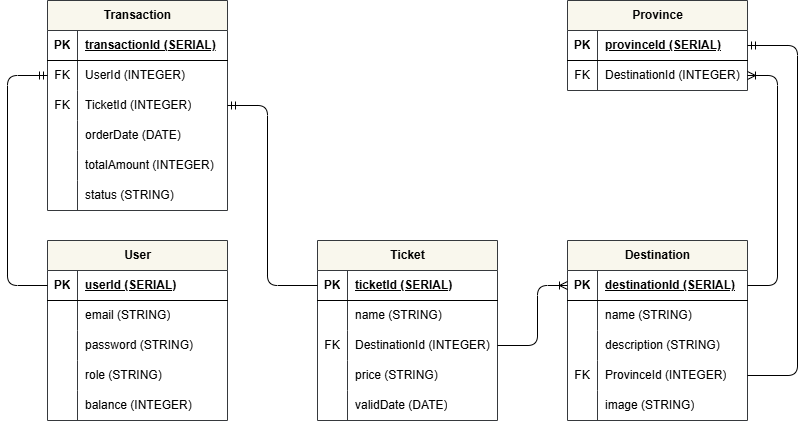
afifchandrabayuaji/tiketopia keeps this draw.io diagram as erd.drawio.png. Above is the earlier version. Source tidied: cells renumbered, new cells last; positions are measured from the earlier drawing's top-left corner, leaving out a move shared by most shapes.
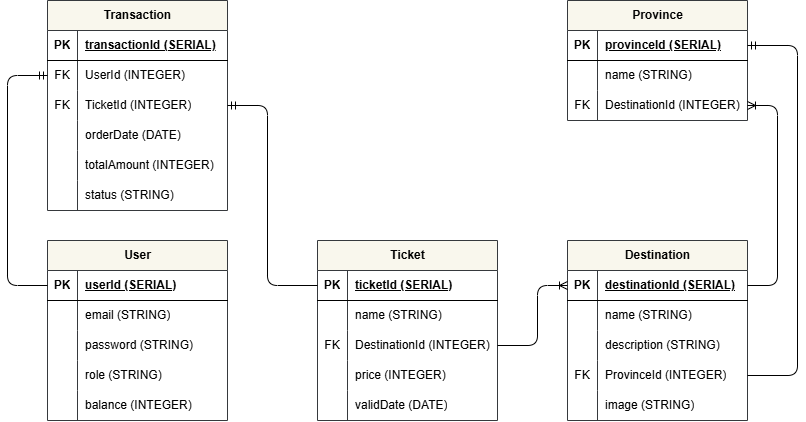
After the change.

Diff of the diagram source:
```diff
@@ -134,7 +134,7 @@
     <mxCell id="45" style="shape=partialRectangle;fillColor=none;top=0;left=0;bottom=0;right=0;overflow=hidden;whiteSpace=wrap;html=1;" parent="44" vertex="1">
       <mxGeometry width="30" height="30" as="geometry" />
     </mxCell>
-    <mxCell id="46" value="price (STRING)" style="shape=partialRectangle;fillColor=none;top=0;left=0;bottom=0;right=0;align=left;spacingLeft=6;overflow=hidden;whiteSpace=wrap;html=1;" parent="44" vertex="1">
+    <mxCell id="46" value="price (INTEGER)" style="shape=partialRectangle;fillColor=none;top=0;left=0;bottom=0;right=0;align=left;spacingLeft=6;overflow=hidden;whiteSpace=wrap;html=1;" parent="44" vertex="1">
       <mxGeometry x="30" width="150" height="30" as="geometry" />
     </mxCell>
     <mxCell id="47" style="shape=tableRow;horizontal=0;startSize=0;swimlaneHead=0;swimlaneBody=0;fillColor=none;top=0;left=0;right=0;bottom=0;" parent="34" vertex="1">
@@ -220,7 +220,7 @@
       </mxGeometry>
     </mxCell>
     <mxCell id="71" value="Province" style="shape=table;startSize=30;rowLines=0;fontStyle=1;align=center;html=1;fillColor=#f9f7ed;strokeColor=#36393d;" parent="1" vertex="1">
-      <mxGeometry x="560" width="180" height="90" as="geometry" />
+      <mxGeometry x="560" width="180" height="120" as="geometry" />
     </mxCell>
     <mxCell id="72" style="shape=tableRow;horizontal=0;startSize=0;swimlaneHead=0;swimlaneBody=0;fillColor=none;points=[[0,0.5],[1,0.5]];portConstraint=eastwest;top=0;left=0;right=0;bottom=1;" parent="71" vertex="1">
       <mxGeometry y="30" width="180" height="30" as="geometry" />
@@ -234,17 +234,26 @@
     <mxCell id="75" style="shape=tableRow;horizontal=0;startSize=0;swimlaneHead=0;swimlaneBody=0;fillColor=none;points=[[0,0.5],[1,0.5]];portConstraint=eastwest;top=0;left=0;right=0;bottom=0;" parent="71" vertex="1">
       <mxGeometry y="60" width="180" height="30" as="geometry" />
     </mxCell>
-    <mxCell id="76" value="FK" style="shape=partialRectangle;fillColor=none;top=0;left=0;bottom=0;right=0;overflow=hidden;whiteSpace=wrap;html=1;" parent="75" vertex="1">
+    <mxCell id="76" style="shape=partialRectangle;fillColor=none;top=0;left=0;bottom=0;right=0;overflow=hidden;whiteSpace=wrap;html=1;" parent="75" vertex="1">
       <mxGeometry width="30" height="30" as="geometry" />
     </mxCell>
-    <mxCell id="77" value="DestinationId (INTEGER)" style="shape=partialRectangle;fillColor=none;top=0;left=0;bottom=0;right=0;align=left;spacingLeft=6;overflow=hidden;whiteSpace=wrap;html=1;" parent="75" vertex="1">
+    <mxCell id="77" value="name (STRING)" style="shape=partialRectangle;fillColor=none;top=0;left=0;bottom=0;right=0;align=left;spacingLeft=6;overflow=hidden;whiteSpace=wrap;html=1;" parent="75" vertex="1">
       <mxGeometry x="30" width="150" height="30" as="geometry" />
     </mxCell>
+    <mxCell id="81" style="shape=tableRow;horizontal=0;startSize=0;swimlaneHead=0;swimlaneBody=0;fillColor=none;points=[[0,0.5],[1,0.5]];portConstraint=eastwest;top=0;left=0;right=0;bottom=0;" parent="71" vertex="1">
+      <mxGeometry y="90" width="180" height="30" as="geometry" />
+    </mxCell>
+    <mxCell id="82" value="FK" style="shape=partialRectangle;fillColor=none;top=0;left=0;bottom=0;right=0;overflow=hidden;whiteSpace=wrap;html=1;" parent="81" vertex="1">
+      <mxGeometry width="30" height="30" as="geometry" />
+    </mxCell>
+    <mxCell id="83" value="DestinationId (INTEGER)" style="shape=partialRectangle;fillColor=none;top=0;left=0;bottom=0;right=0;align=left;spacingLeft=6;overflow=hidden;whiteSpace=wrap;html=1;" parent="81" vertex="1">
+      <mxGeometry x="30" width="150" height="30" as="geometry" />
+    </mxCell>
-    <mxCell id="78" style="edgeStyle=none;html=1;exitX=1;exitY=0.5;exitDx=0;exitDy=0;entryX=1;entryY=0.5;entryDx=0;entryDy=0;startArrow=none;startFill=0;endArrow=ERoneToMany;endFill=0;" parent="1" edge="1" source="19" target="75">
+    <mxCell id="78" style="edgeStyle=none;html=1;exitX=1;exitY=0.5;exitDx=0;exitDy=0;entryX=1;entryY=0.5;entryDx=0;entryDy=0;startArrow=none;startFill=0;endArrow=ERoneToMany;endFill=0;" parent="1" edge="1" source="19" target="81">
       <mxGeometry relative="1" as="geometry">
         <Array as="points">
           <mxPoint x="770" y="285" />
-          <mxPoint x="770" y="75" />
+          <mxPoint x="770" y="105" />
         </Array>
       </mxGeometry>
     </mxCell>
```
